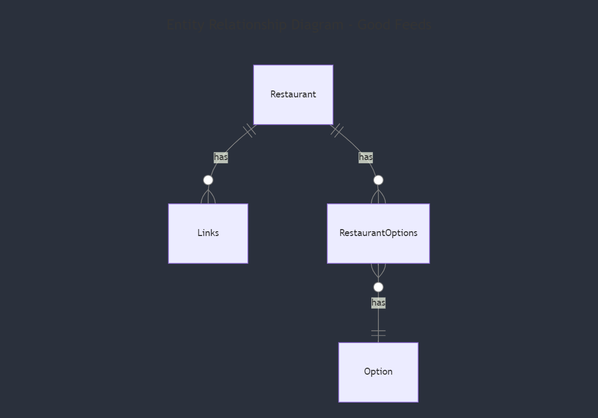
PakkuDon/good-feeds keeps this Mermaid diagram as doc/diagrams/entity-relationship-diagram.png. Above is the earlier version. Its source is kept beside it as doc/diagrams/entity-relationship-diagram.mmd.
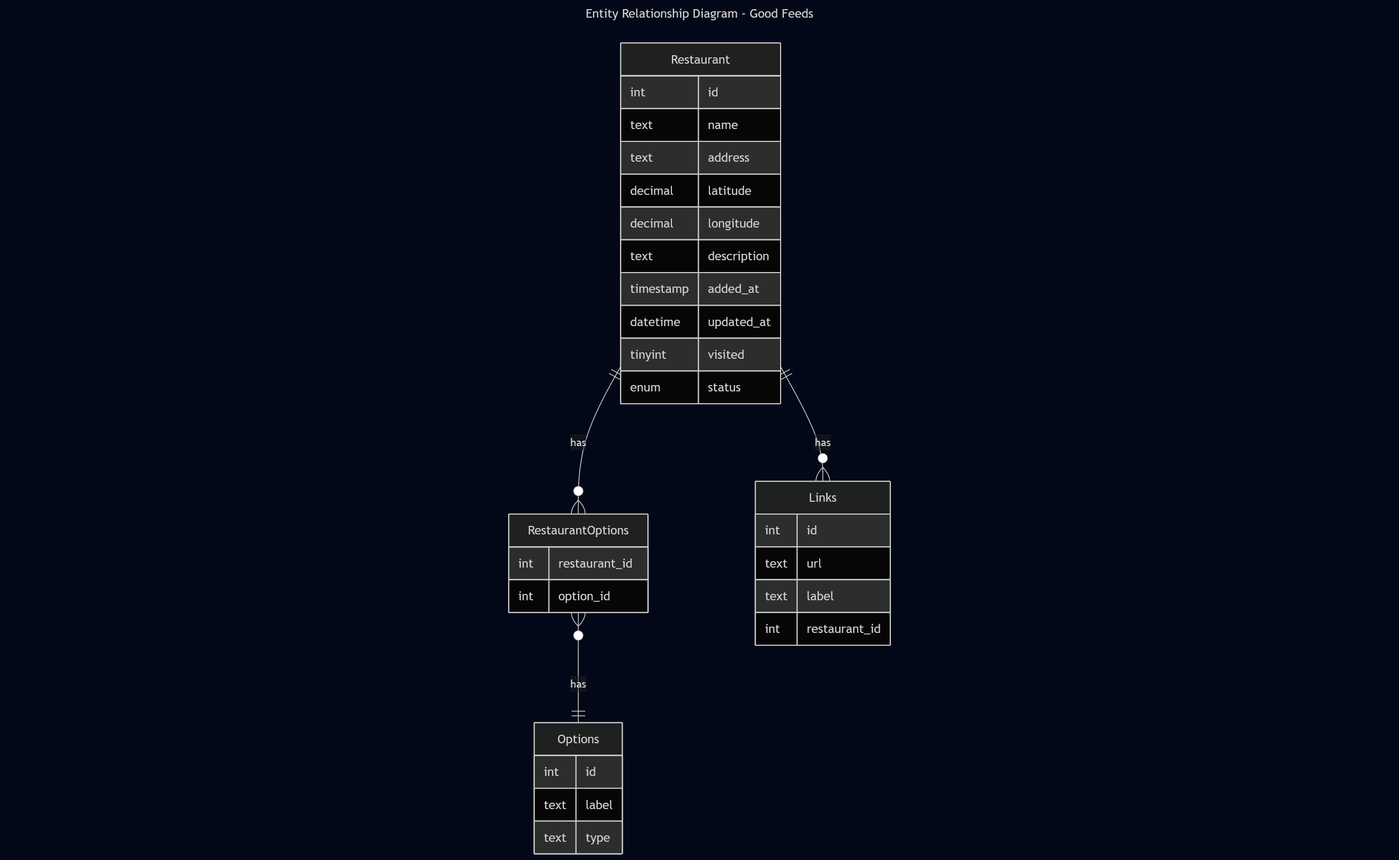
Later version of the same file.

Commit message:
Include attributes in entity relationship diagram

This has been updated as I'm planning to use this
diagram in a blog post about Good Feeds

Change to the diagram source:
```diff
@@ -2,6 +2,37 @@
 title: Entity Relationship Diagram - Good Feeds
 ---
 erDiagram
+    Restaurant {
+        int id
+        text name
+        text address
+        decimal latitude
+        decimal longitude
+        text description
+        timestamp added_at
+        datetime updated_at
+        tinyint visited
+        enum status
+    }
+
+    RestaurantOptions {
+        int restaurant_id
+        int option_id
+    }
+
+    Options {
+        int id
+        text label
+        text type
+    }
+
+    Links {
+        int id
+        text url
+        text label
+        int restaurant_id
+    }
+
     Restaurant ||--o{ Links : has
     Restaurant ||--o{ RestaurantOptions : has
-    RestaurantOptions }o--|| Option : has
+    RestaurantOptions }o--|| Options : has
```
